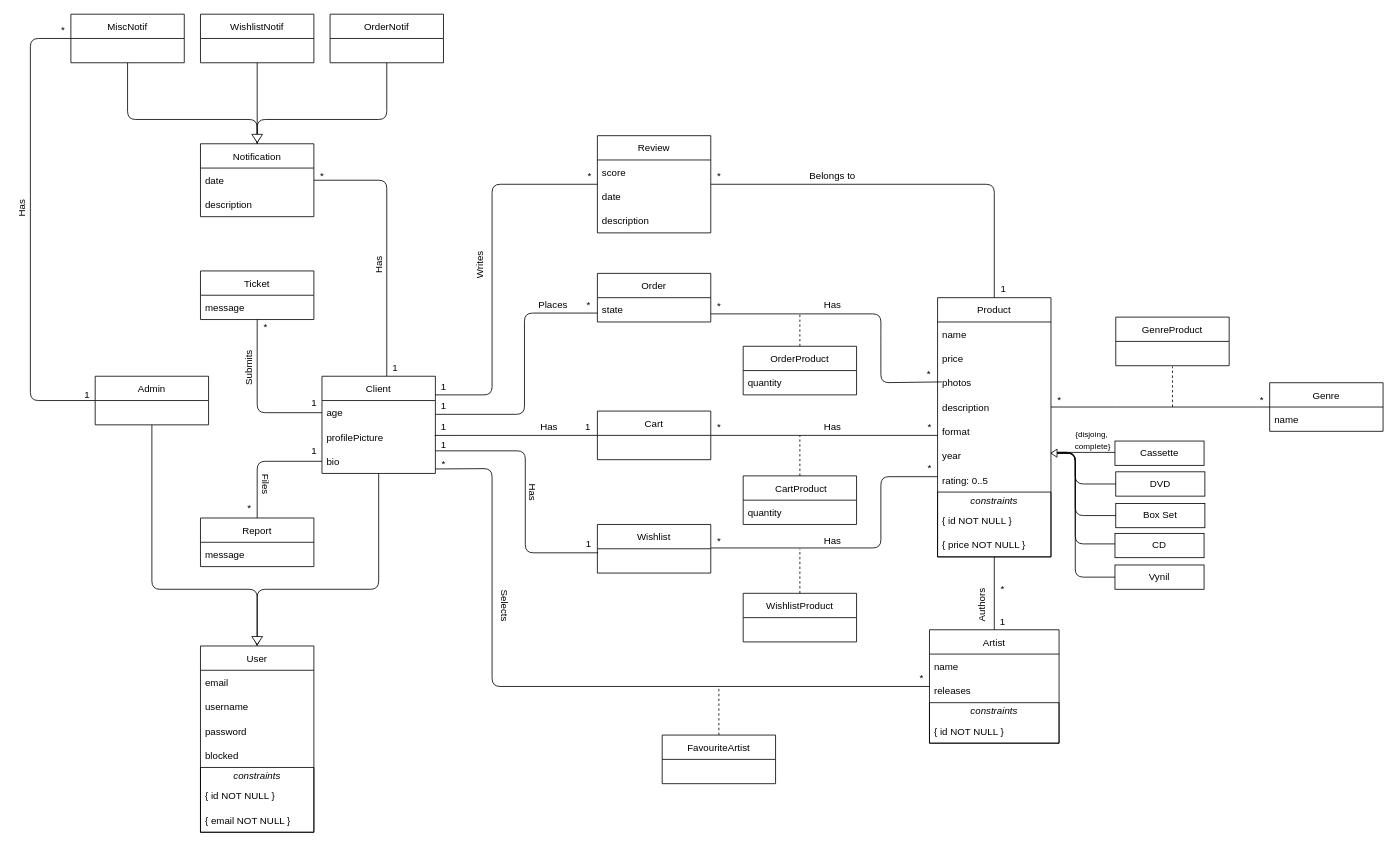
Above: docs/lbaw-uml.drawio in toni-santos/lbaw-earworm (draw.io), before the change. Source tidied: cells renumbered, new cells numbered last; positions are measured from the earlier drawing's top-left corner, leaving out a move shared by most shapes. Both pictures are drawn from the tidied source at 81%, with x=0, y=0 at pixel (6, 14).
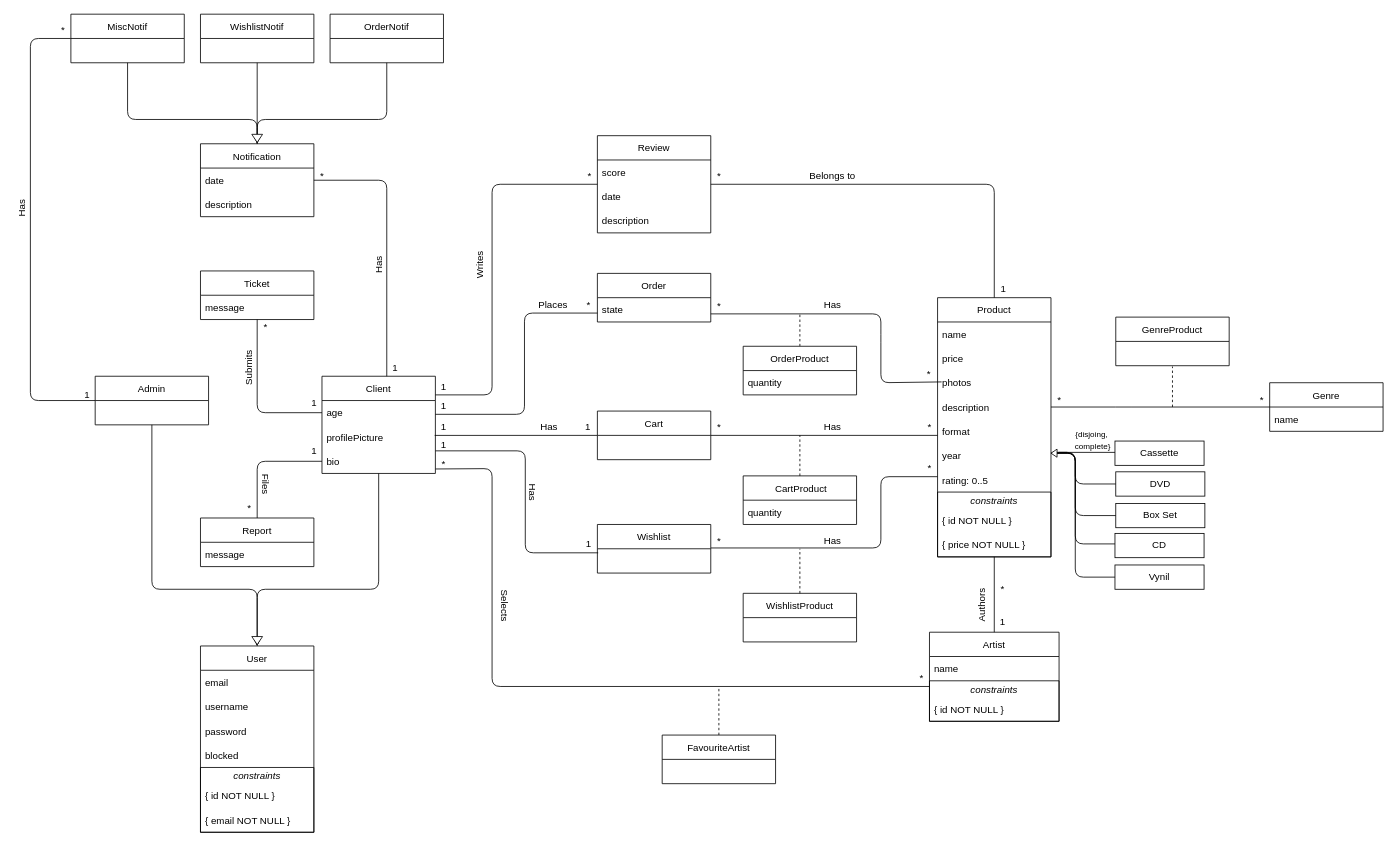
After the change.

The change refers to these unchanged cells:
```xml
<mxCell id="16" value="bio" style="text;strokeColor=none;fillColor=none;align=left;verticalAlign=middle;spacingLeft=4;spacingRight=4;overflow=hidden;points=[[0,0.5],[1,0.5]];portConstraint=eastwest;" parent="13" vertex="1">
  <mxGeometry y="90" width="140" height="30" as="geometry" />
</mxCell>
```

The edit, as a diff of the source:
```diff
@@
     <mxCell id="2" value="Artist" style="swimlane;fontStyle=0;horizontal=1;startSize=30;" parent="1" vertex="1">
-      <mxGeometry x="1140" y="760" width="160" height="140" as="geometry" />
+      <mxGeometry x="1140" y="763" width="160" height="110" as="geometry" />
     </mxCell>
@@
-    <mxCell id="4" value="releases" style="text;strokeColor=none;fillColor=none;align=left;verticalAlign=middle;spacingLeft=4;spacingRight=4;overflow=hidden;" parent="2" vertex="1">
-      <mxGeometry y="60" width="160" height="30" as="geometry" />
-    </mxCell>
     <mxCell id="5" style="swimlane;fontStyle=0;horizontal=1;startSize=0;" parent="2" vertex="1">
-      <mxGeometry y="90" width="160" height="50" as="geometry" />
+      <mxGeometry y="60" width="160" height="50" as="geometry" />
     </mxCell>
@@
-    <mxCell id="11" style="edgeStyle=none;html=1;startArrow=none;startFill=0;endArrow=none;endFill=0;exitX=1.001;exitY=0.816;exitDx=0;exitDy=0;exitPerimeter=0;" parent="1" edge="1" source="16" target="2">
+    <mxCell id="11" style="edgeStyle=none;html=1;startArrow=none;startFill=0;endArrow=none;endFill=0;exitX=1.001;exitY=0.816;exitDx=0;exitDy=0;exitPerimeter=0;" parent="1" edge="1" source="16">
       <mxGeometry relative="1" as="geometry">
+        <mxPoint x="1140" y="830" as="targetPoint" />
         <Array as="points">
           <mxPoint x="600" y="561" />
           <mxPoint x="600" y="830" />
         </Array>
       </mxGeometry>
     </mxCell>
```
